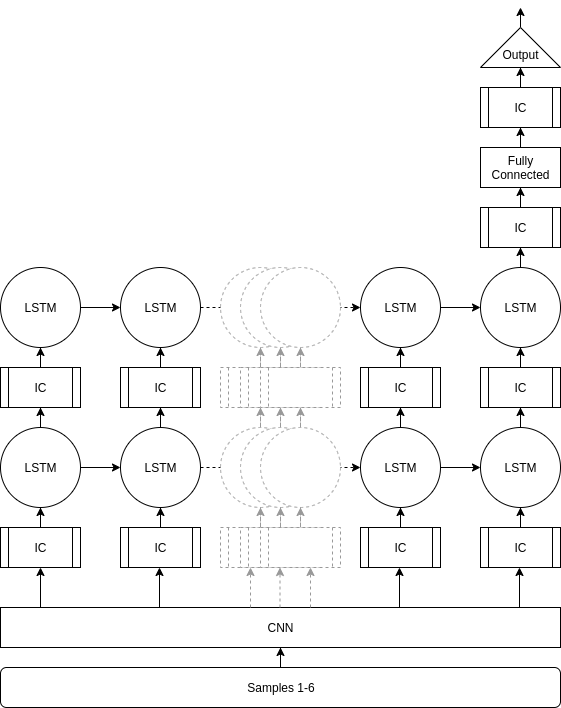
Earlier version of the draw.io export docs/Model-Design/LSTM/resources/model_lstm_cnn.png (sjawhar/no-wander). Source tidied: cells renumbered, new cells last; positions are measured from the earlier drawing's top-left corner, leaving out a move shared by most shapes.
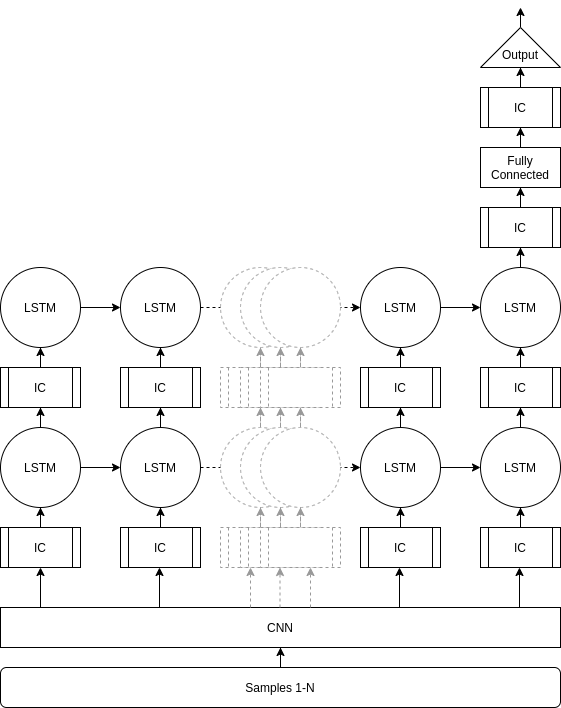
After the commit.

What changed in the source:
```diff
@@ -32,7 +32,7 @@
     <mxCell id="11" style="edgeStyle=orthogonalEdgeStyle;rounded=0;jettySize=auto;html=1;" parent="1" edge="1" source="12" target="54">
       <mxGeometry relative="1" as="geometry" />
     </mxCell>
-    <mxCell id="12" value="Samples 1-6" style="rounded=1;whiteSpace=wrap;html=1;" parent="1" vertex="1">
+    <mxCell id="12" value="Samples 1-N" style="rounded=1;whiteSpace=wrap;html=1;" parent="1" vertex="1">
       <mxGeometry y="660" width="560" height="40" as="geometry" />
     </mxCell>
     <mxCell id="13" style="edgeStyle=orthogonalEdgeStyle;rounded=0;jettySize=auto;html=1;" parent="1" edge="1" source="15" target="17">
```
